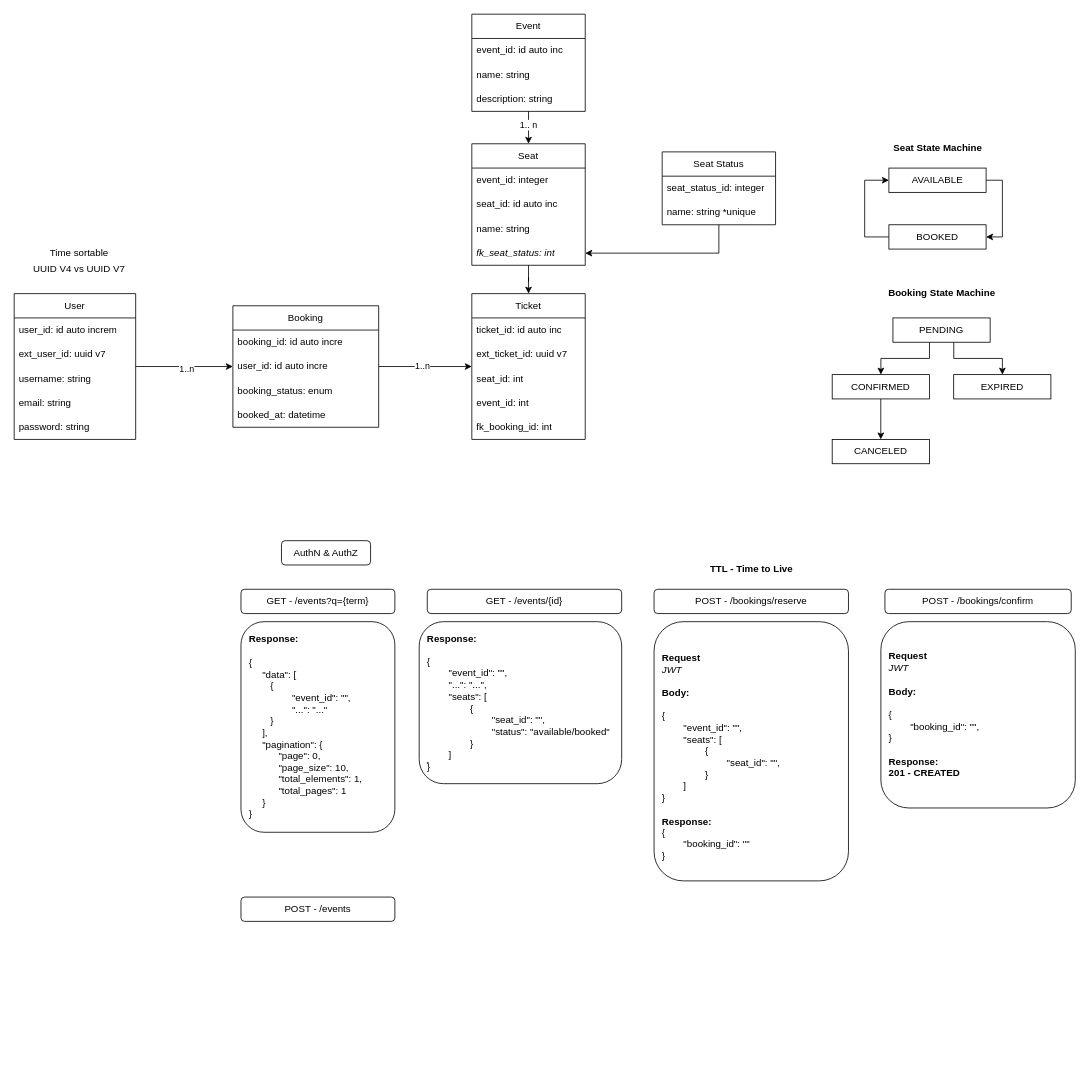
Before: page "MER" (1 of 2) of solution.drawio in buildrun-tech/system-design-interview-ticketmasters, a draw.io diagram. Source tidied: cells renumbered, new cells numbered last; positions are measured from the earlier drawing's top-left corner, leaving out a move shared by most shapes. Both pictures are drawn from the tidied source at 81%, with x=0, y=0 at pixel (14, 14).
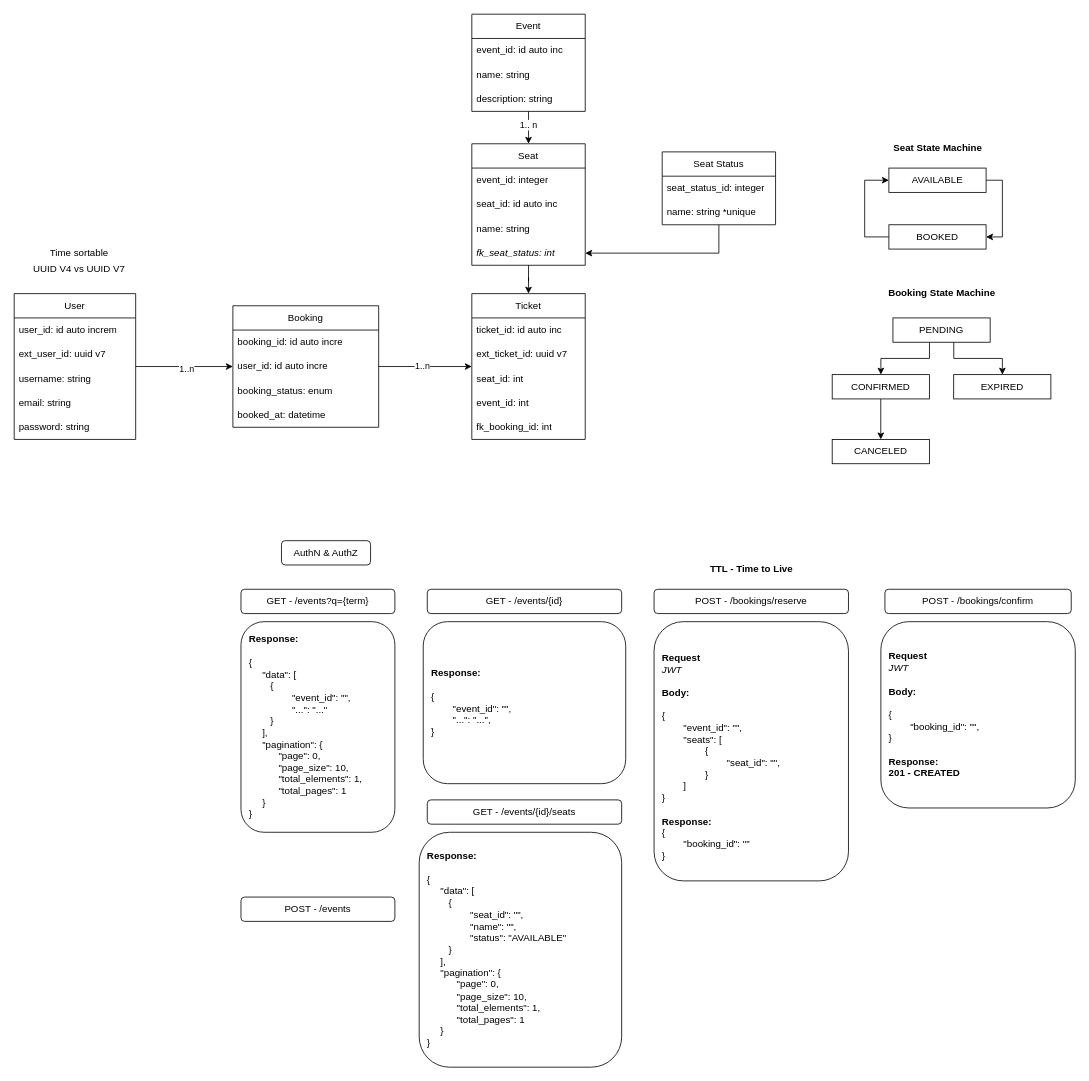
The same diagram, later.

Change to the diagram source:
```diff
@@
-    <mxCell id="31" value="&lt;div&gt;&lt;b&gt;Response:&lt;/b&gt;&lt;/div&gt;&lt;div&gt;&lt;br&gt;&lt;/div&gt;{&lt;div&gt;&lt;span style=&quot;white-space: pre;&quot;&gt;&#9;&lt;/span&gt;&quot;event_id&quot;: &quot;&quot;,&lt;br&gt;&lt;/div&gt;&lt;div&gt;&lt;span style=&quot;white-space: pre;&quot;&gt;&#9;&lt;/span&gt;&quot;...&quot;: &quot;...&quot;,&lt;/div&gt;&lt;div&gt;&lt;span style=&quot;white-space: pre;&quot;&gt;&#9;&lt;/span&gt;&quot;seats&quot;: [&lt;br&gt;&lt;/div&gt;&lt;div&gt;&lt;span style=&quot;white-space: pre;&quot;&gt;&#9;&lt;/span&gt;&lt;span style=&quot;white-space: pre;&quot;&gt;&#9;&lt;/span&gt;{&lt;/div&gt;&lt;div&gt;&lt;span style=&quot;white-space: pre;&quot;&gt;&#9;&lt;/span&gt;&lt;span style=&quot;white-space: pre;&quot;&gt;&#9;&lt;/span&gt;&lt;span style=&quot;white-space: pre;&quot;&gt;&#9;&lt;/span&gt;&quot;seat_id&quot;: &quot;&quot;,&lt;br&gt;&lt;/div&gt;&lt;div&gt;&amp;nbsp; &amp;nbsp; &amp;nbsp; &amp;nbsp; &amp;nbsp; &amp;nbsp; &amp;nbsp; &amp;nbsp; &amp;nbsp; &amp;nbsp; &amp;nbsp; &amp;nbsp; &quot;status&quot;: &quot;available/booked&quot;&lt;/div&gt;&lt;div&gt;&lt;span style=&quot;white-space: pre;&quot;&gt;&#9;&lt;/span&gt;&lt;span style=&quot;white-space: pre;&quot;&gt;&#9;&lt;/span&gt;}&lt;br&gt;&lt;/div&gt;&lt;div&gt;&lt;span style=&quot;white-space: pre;&quot;&gt;&#9;&lt;/span&gt;]&lt;/div&gt;&lt;div&gt;}&lt;/div&gt;" style="rounded=1;whiteSpace=wrap;html=1;align=left;spacing=10;" parent="1" vertex="1">
-      <mxGeometry x="500" y="750" width="250" height="200" as="geometry" />
+    <mxCell id="31" value="&lt;div&gt;&lt;b&gt;Response:&lt;/b&gt;&lt;/div&gt;&lt;div&gt;&lt;br&gt;&lt;/div&gt;{&lt;div&gt;&lt;span style=&quot;white-space: pre;&quot;&gt;&#9;&lt;/span&gt;&quot;event_id&quot;: &quot;&quot;,&lt;br&gt;&lt;/div&gt;&lt;div&gt;&lt;span style=&quot;white-space: pre;&quot;&gt;&#9;&lt;/span&gt;&quot;...&quot;: &quot;...&quot;,&lt;/div&gt;&lt;div&gt;}&lt;/div&gt;" style="rounded=1;whiteSpace=wrap;html=1;align=left;spacing=10;" parent="1" vertex="1">
+      <mxGeometry x="505" y="750" width="250" height="200" as="geometry" />
     </mxCell>
@@
+    <mxCell id="65" value="GET - /events/{id}/seats" style="rounded=1;whiteSpace=wrap;html=1;" parent="1" vertex="1">
+      <mxGeometry x="510" y="970" width="240" height="30" as="geometry" />
+    </mxCell>
+    <mxCell id="66" value="&lt;div&gt;&lt;b&gt;Response:&lt;/b&gt;&lt;/div&gt;&lt;div&gt;&lt;br&gt;&lt;/div&gt;{&lt;div&gt;&amp;nbsp; &amp;nbsp; &amp;nbsp;&quot;data&quot;: [&lt;/div&gt;&lt;div&gt;&lt;span style=&quot;white-space: pre;&quot;&gt;&#9;&lt;/span&gt;{&lt;br&gt;&lt;/div&gt;&lt;div&gt;&lt;span style=&quot;white-space: pre;&quot;&gt;&#9;&lt;/span&gt;&lt;span style=&quot;white-space: pre;&quot;&gt;&#9;&lt;/span&gt;&quot;seat_id&quot;: &quot;&quot;,&lt;br&gt;&lt;/div&gt;&lt;div&gt;&lt;span style=&quot;white-space: pre;&quot;&gt;&#9;&lt;/span&gt;&lt;span style=&quot;white-space: pre;&quot;&gt;&#9;&lt;/span&gt;&quot;name&quot;: &quot;&quot;,&lt;br&gt;&lt;/div&gt;&lt;div&gt;&lt;span style=&quot;white-space: pre;&quot;&gt;&#9;&lt;/span&gt;&lt;span style=&quot;white-space: pre;&quot;&gt;&#9;&lt;/span&gt;&quot;status&quot;: &quot;AVAILABLE&quot;&lt;br&gt;&lt;/div&gt;&lt;div&gt;&lt;span style=&quot;white-space: pre;&quot;&gt;&#9;&lt;/span&gt;}&lt;/div&gt;&lt;div&gt;&amp;nbsp; &amp;nbsp; &amp;nbsp;],&lt;/div&gt;&lt;div&gt;&amp;nbsp; &amp;nbsp; &amp;nbsp;&quot;pagination&quot;: {&lt;/div&gt;&lt;div&gt;&lt;span style=&quot;background-color: transparent; color: light-dark(rgb(0, 0, 0), rgb(255, 255, 255));&quot;&gt;&amp;nbsp; &amp;nbsp; &amp;nbsp; &amp;nbsp; &amp;nbsp; &amp;nbsp;&quot;page&quot;: 0,&lt;/span&gt;&lt;/div&gt;&lt;div&gt;&lt;span style=&quot;background-color: transparent; color: light-dark(rgb(0, 0, 0), rgb(255, 255, 255));&quot;&gt;&amp;nbsp; &amp;nbsp; &amp;nbsp; &amp;nbsp; &amp;nbsp; &amp;nbsp;&quot;page_size&quot;: 10,&lt;/span&gt;&lt;/div&gt;&lt;div&gt;&lt;span style=&quot;background-color: transparent; color: light-dark(rgb(0, 0, 0), rgb(255, 255, 255));&quot;&gt;&lt;span style=&quot;white-space: pre;&quot;&gt;&#9;&lt;/span&gt;&amp;nbsp; &amp;nbsp;&quot;total_elements&quot;: 1,&lt;br&gt;&lt;/span&gt;&lt;/div&gt;&lt;div&gt;&lt;span style=&quot;background-color: transparent; color: light-dark(rgb(0, 0, 0), rgb(255, 255, 255));&quot;&gt;&lt;span style=&quot;white-space: pre;&quot;&gt;&#9;&lt;/span&gt;&amp;nbsp; &amp;nbsp;&quot;total_pages&quot;: 1&lt;br&gt;&lt;/span&gt;&lt;/div&gt;&lt;div&gt;&lt;span style=&quot;background-color: transparent; color: light-dark(rgb(0, 0, 0), rgb(255, 255, 255));&quot;&gt;&amp;nbsp; &amp;nbsp; &amp;nbsp;}&lt;/span&gt;&lt;/div&gt;&lt;div&gt;}&lt;/div&gt;" style="rounded=1;whiteSpace=wrap;html=1;align=left;spacing=10;" parent="1" vertex="1">
+      <mxGeometry x="500" y="1010" width="250" height="290" as="geometry" />
+    </mxCell>
```
